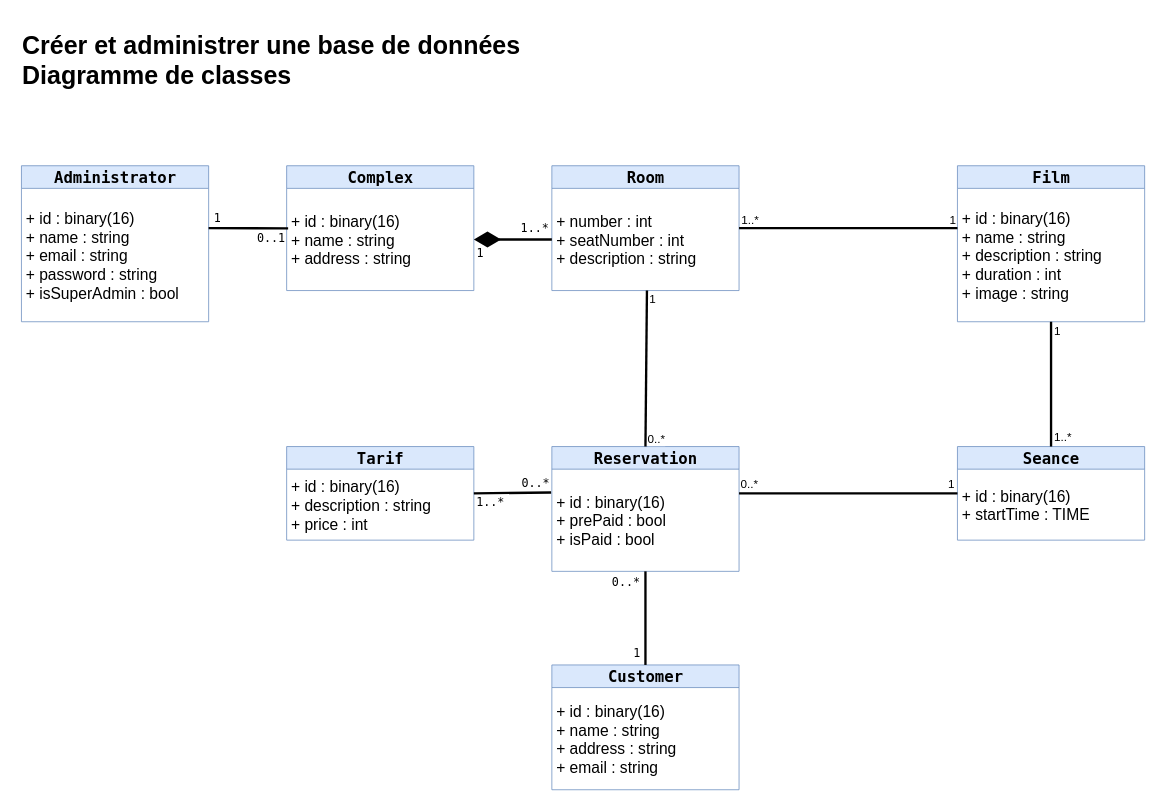
CJiwan68/Evaluation-Studi---Cr-er-et-administrer-une-base-donn-es keeps this draw.io diagram as Diagramme de classes.drawio. Above is the earlier version. Source tidied: cells renumbered, new cells numbered last; positions are measured from the earlier drawing's top-left corner, leaving out a move shared by most shapes. Both pictures are drawn from the tidied source at 78%, with x=0, y=0 at pixel (13, 25).
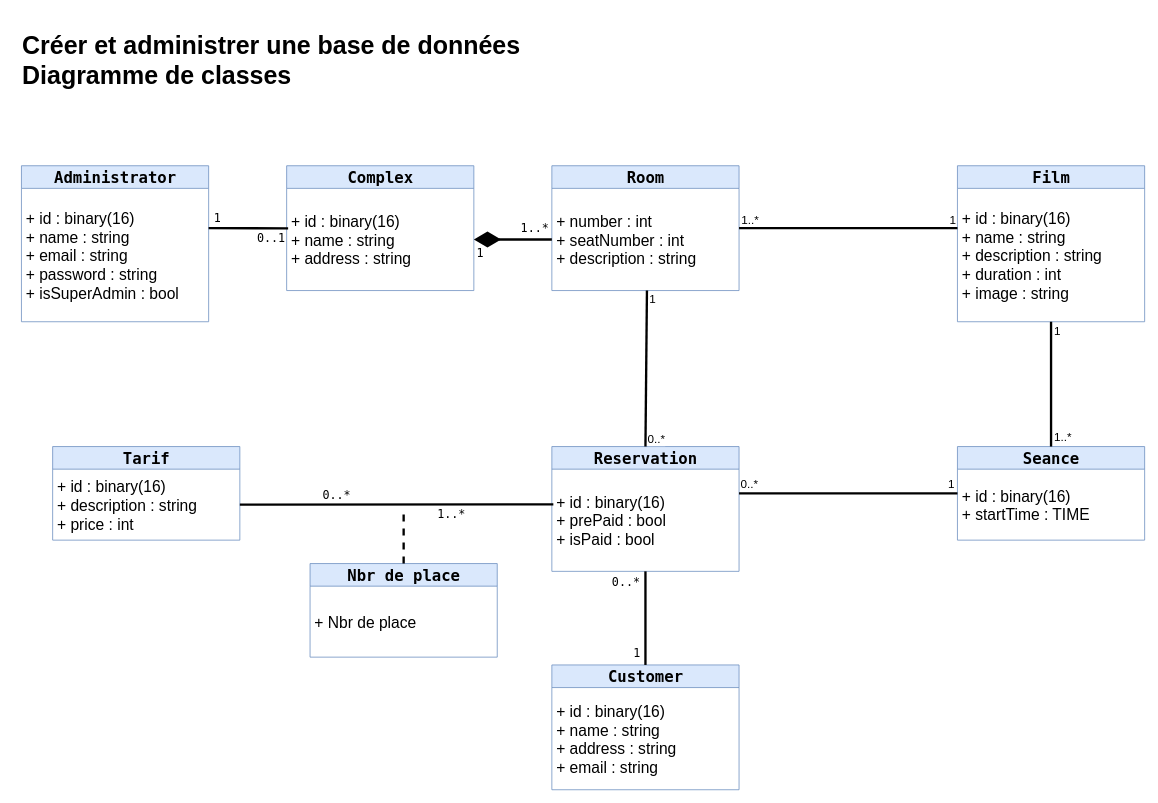
The same page after the edit.

The change refers to these unchanged cells:
```xml
<mxCell id="13" value="+ id : binary(16)&lt;br style=&quot;font-size: 20px;&quot;&gt;+ description : string&lt;br style=&quot;font-size: 20px;&quot;&gt;+ price : int" style="text;html=1;strokeColor=none;fillColor=none;align=left;verticalAlign=middle;spacingLeft=4;spacingRight=4;overflow=hidden;points=[[0,0.5],[1,0.5]];portConstraint=eastwest;fontSize=20;" parent="12" vertex="1">
  <mxGeometry y="29" width="240" height="91" as="geometry" />
</mxCell>
<mxCell id="15" value="+ id : binary(16)&lt;br style=&quot;font-size: 20px;&quot;&gt;+ prePaid : bool&lt;br style=&quot;font-size: 20px;&quot;&gt;+ isPaid : bool" style="text;html=1;strokeColor=none;fillColor=none;align=left;verticalAlign=middle;spacingLeft=4;spacingRight=4;overflow=hidden;points=[[0,0.5],[1,0.5]];portConstraint=eastwest;fontSize=20;" parent="14" vertex="1">
  <mxGeometry y="29" width="240" height="131" as="geometry" />
</mxCell>
```

Diff of the diagram source:
```diff
@@
     <mxCell id="12" value="Tarif" style="swimlane;fontStyle=1;align=center;verticalAlign=middle;horizontal=1;startSize=29;html=1;fillColor=#dae8fc;strokeColor=#6c8ebf;fontFamily=Lucida Console;fontSize=20;" parent="1" vertex="1">
-      <mxGeometry x="350" y="540" width="240" height="120" as="geometry" />
+      <mxGeometry x="50" y="540" width="240" height="120" as="geometry" />
     </mxCell>
@@
-    <mxCell id="21" style="endArrow=none;startArrow=none;endFill=0;startFill=0;endSize=8;html=1;verticalAlign=bottom;labelBackgroundColor=none;strokeWidth=3;rounded=1;shadow=0;sketch=0;fontFamily=Lucida Console;fontSize=20;entryX=-0.004;entryY=0.228;entryDx=0;entryDy=0;entryPerimeter=0;" parent="1" edge="1" target="15">
-      <mxGeometry relative="1" as="geometry">
-        <mxPoint x="590" y="600" as="sourcePoint" />
-      </mxGeometry>
+    <mxCell id="21" style="endArrow=none;startArrow=none;endFill=0;startFill=0;endSize=8;html=1;verticalAlign=bottom;labelBackgroundColor=none;strokeWidth=3;rounded=1;shadow=0;sketch=0;fontFamily=Lucida Console;fontSize=20;entryX=0.008;entryY=0.344;entryDx=0;entryDy=0;entryPerimeter=0;" parent="1" edge="1" source="13" target="15">
+      <mxGeometry relative="1" as="geometry" />
     </mxCell>
@@
+    <mxCell id="43" value="Nbr de place" style="swimlane;fontStyle=1;align=center;verticalAlign=middle;horizontal=1;startSize=29;html=1;fillColor=#dae8fc;strokeColor=#6c8ebf;fontFamily=Lucida Console;fontSize=20;" parent="1" vertex="1">
+      <mxGeometry x="380" y="690" width="240" height="120" as="geometry" />
+    </mxCell>
+    <mxCell id="44" style="endArrow=none;startArrow=none;endFill=0;startFill=0;endSize=8;html=1;verticalAlign=bottom;labelBackgroundColor=none;strokeWidth=3;rounded=0;dashed=1;" parent="43" edge="1">
+      <mxGeometry relative="1" as="geometry">
+        <mxPoint x="120" as="sourcePoint" />
+        <mxPoint x="120" y="-70" as="targetPoint" />
+      </mxGeometry>
+    </mxCell>
+    <mxCell id="45" value="+ Nbr de place" style="text;html=1;strokeColor=none;fillColor=none;align=left;verticalAlign=middle;spacingLeft=4;spacingRight=4;overflow=hidden;fontSize=20;" parent="43" vertex="1">
+      <mxGeometry y="29" width="240" height="91" as="geometry" />
+    </mxCell>
```
